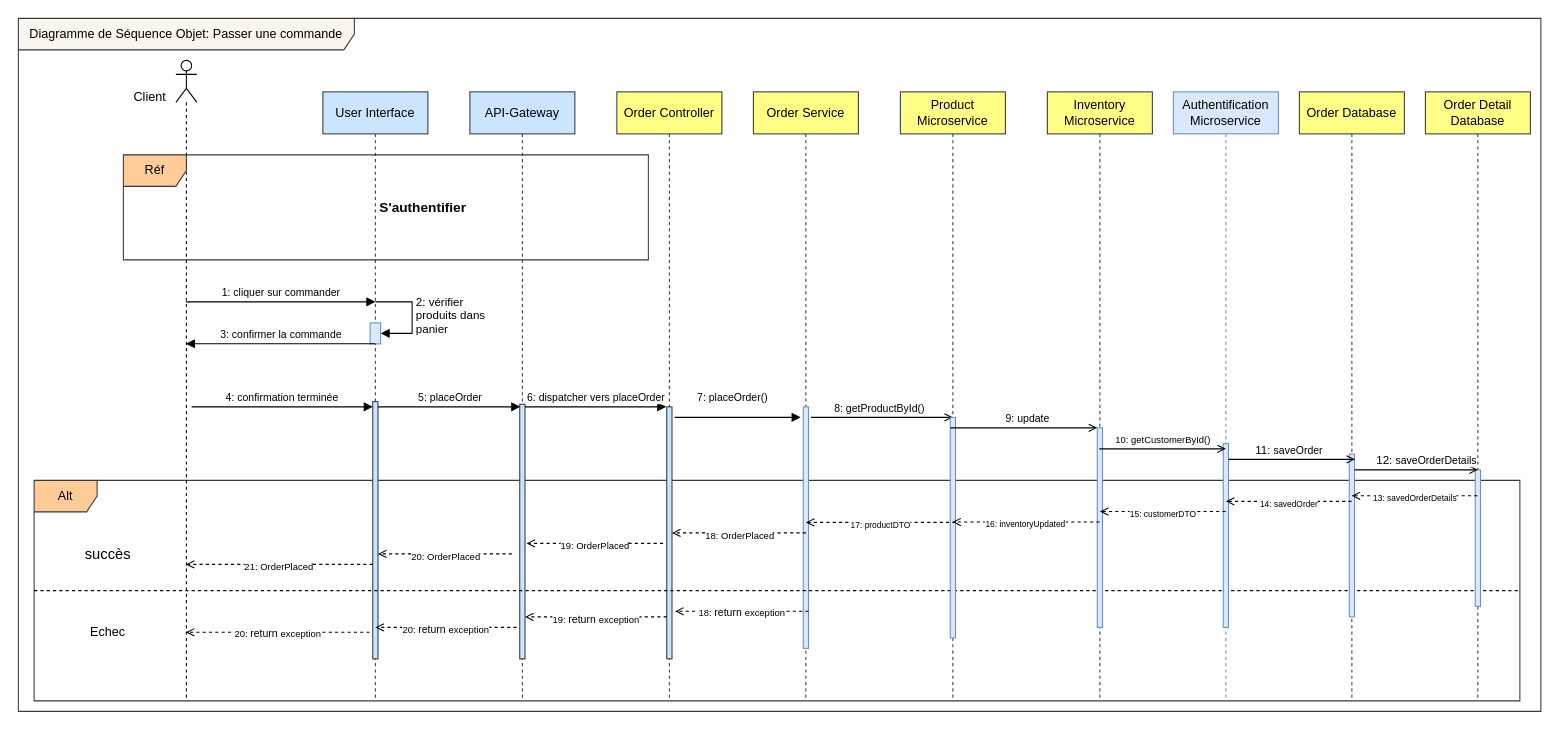
The draw.io diagram place-order.drawio in amine-elarass49/angular_doc, before the edit. Source tidied: cells renumbered, new cells numbered last; positions are measured from the earlier drawing's top-left corner, leaving out a move shared by most shapes. Both pictures are drawn from the tidied source at 105%, with x=0, y=0 at pixel (18, 18).
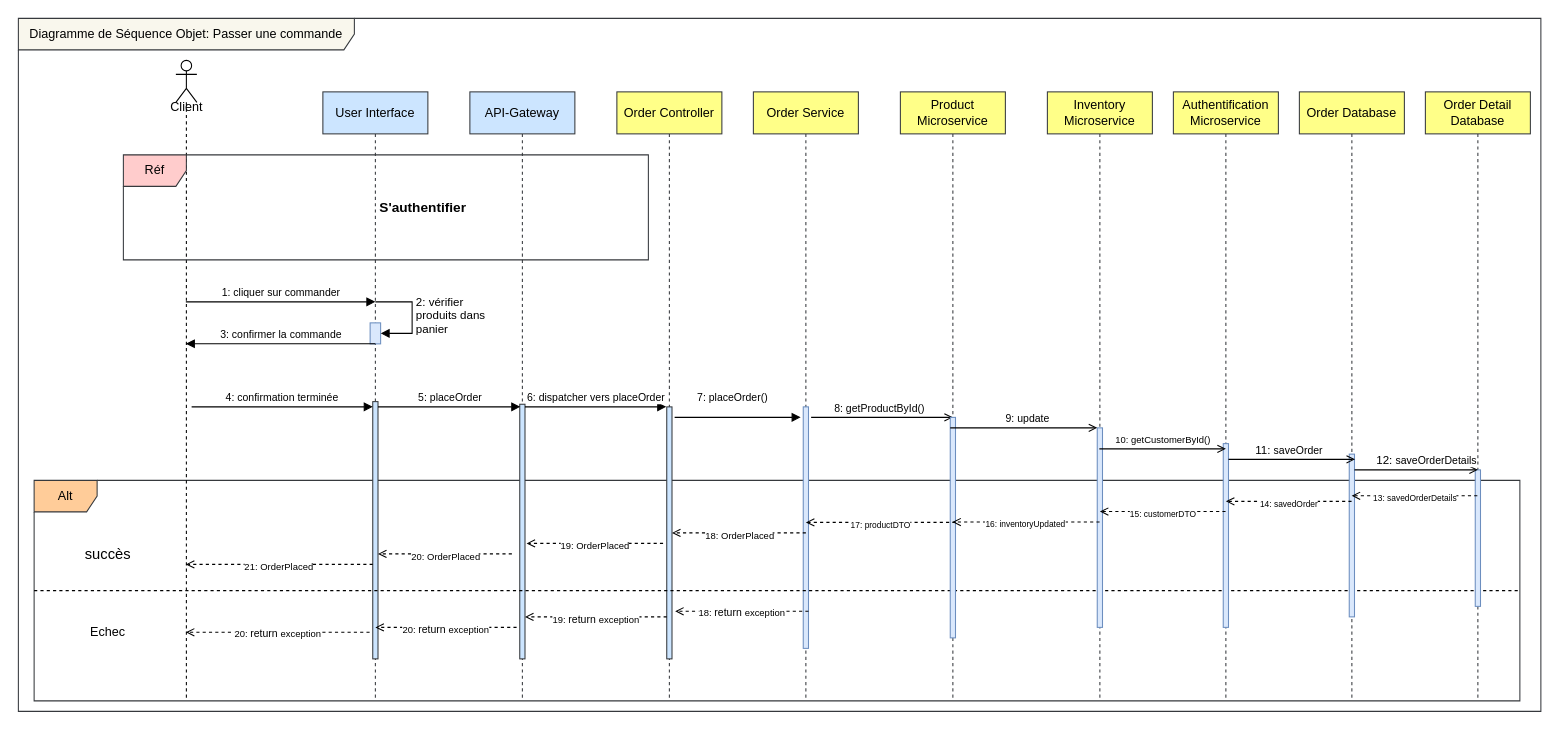
The same page after the edit.

Diff of the diagram source:
```diff
@@
-    <mxCell id="12" value="Réf" style="shape=umlFrame;whiteSpace=wrap;html=1;fillColor=#ffcc99;strokeColor=#36393d;" parent="1" vertex="1">
+    <mxCell id="12" value="Réf" style="shape=umlFrame;whiteSpace=wrap;html=1;fillColor=#ffcccc;strokeColor=#36393d;" parent="1" vertex="1">
       <mxGeometry x="100" y="130" width="500" height="100" as="geometry" />
     </mxCell>
@@
     <mxCell id="26" value="Client" style="text;html=1;align=center;verticalAlign=middle;strokeColor=none;fillColor=none;" parent="1" vertex="1">
-      <mxGeometry x="100" y="60" width="50" height="30" as="geometry" />
+      <mxGeometry x="135" y="70" width="50" height="30" as="geometry" />
     </mxCell>
@@
-    <mxCell id="33" value="Authentification Microservice" style="shape=umlLifeline;perimeter=lifelinePerimeter;whiteSpace=wrap;html=1;newEdgeStyle={&quot;curved&quot;:0,&quot;rounded&quot;:0};fillColor=#dae8fc;strokeColor=#6c8ebf;" parent="1" vertex="1">
+    <mxCell id="33" value="Authentification Microservice" style="shape=umlLifeline;perimeter=lifelinePerimeter;whiteSpace=wrap;html=1;newEdgeStyle={&quot;curved&quot;:0,&quot;rounded&quot;:0};fillColor=#ffff88;strokeColor=#36393d;" parent="1" vertex="1">
       <mxGeometry x="1100" y="70" width="100" height="580" as="geometry" />
     </mxCell>
```
